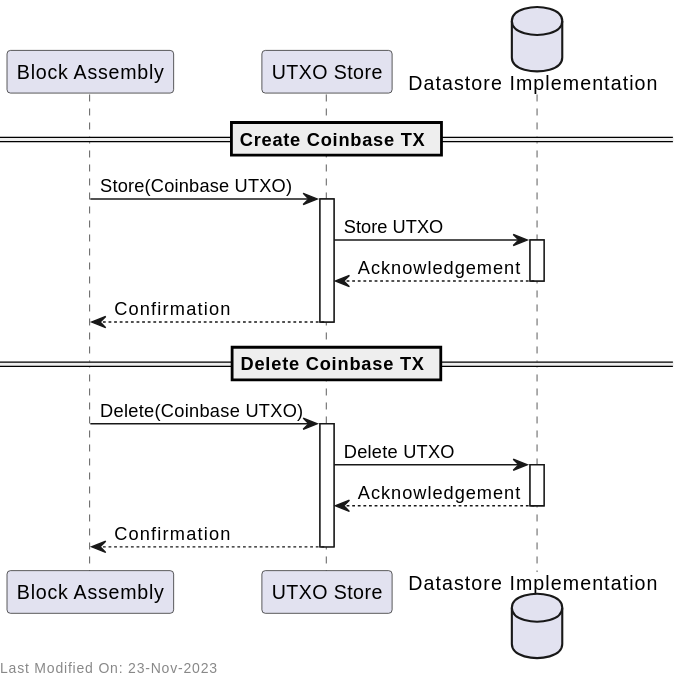
Earlier version of the PlantUML export docs/services/img/plantuml/utxo/utxo_block_assembly.svg (freemans13/teranode). Its source is kept beside it as docs/services/img/plantuml/utxo/utxo_block_assembly.puml.
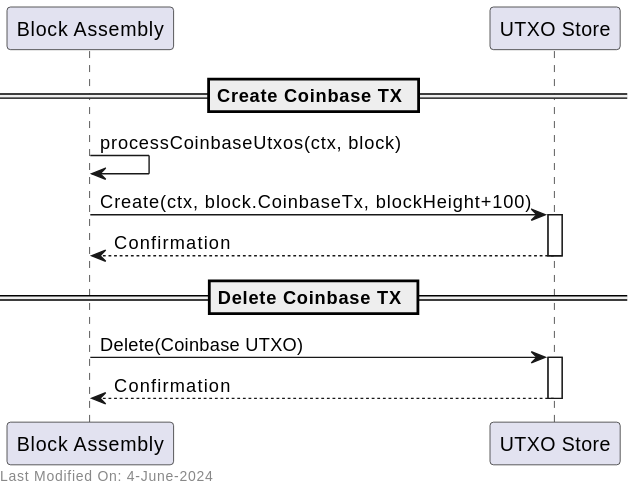
The same file after the commit.

Change to the diagram source:
```diff
@@ -1,17 +1,12 @@
 @startuml
 participant "Block Assembly" as BlockAssembly
 participant "UTXO Store" as UTXOStore
-database "Datastore Implementation" as Datastore
 
 == Create Coinbase TX ==
 
-BlockAssembly -> UTXOStore: Store(Coinbase UTXO)
+BlockAssembly -> BlockAssembly: processCoinbaseUtxos(ctx, block)
+BlockAssembly -> UTXOStore: Create(ctx, block.CoinbaseTx, blockHeight+100)
 activate UTXOStore
-
-UTXOStore -> Datastore: Store UTXO
-activate Datastore
-Datastore --> UTXOStore: Acknowledgement
-deactivate Datastore
 
 UTXOStore --> BlockAssembly: Confirmation
 deactivate UTXOStore
@@ -22,14 +17,9 @@
 BlockAssembly -> UTXOStore: Delete(Coinbase UTXO)
 activate UTXOStore
 
-UTXOStore -> Datastore: Delete UTXO
-activate Datastore
-Datastore --> UTXOStore: Acknowledgement
-deactivate Datastore
-
 UTXOStore --> BlockAssembly: Confirmation
 deactivate UTXOStore
 
-left footer Last Modified On: 23-Nov-2023
+left footer Last Modified On: 4-June-2024
 
 @enduml
```
